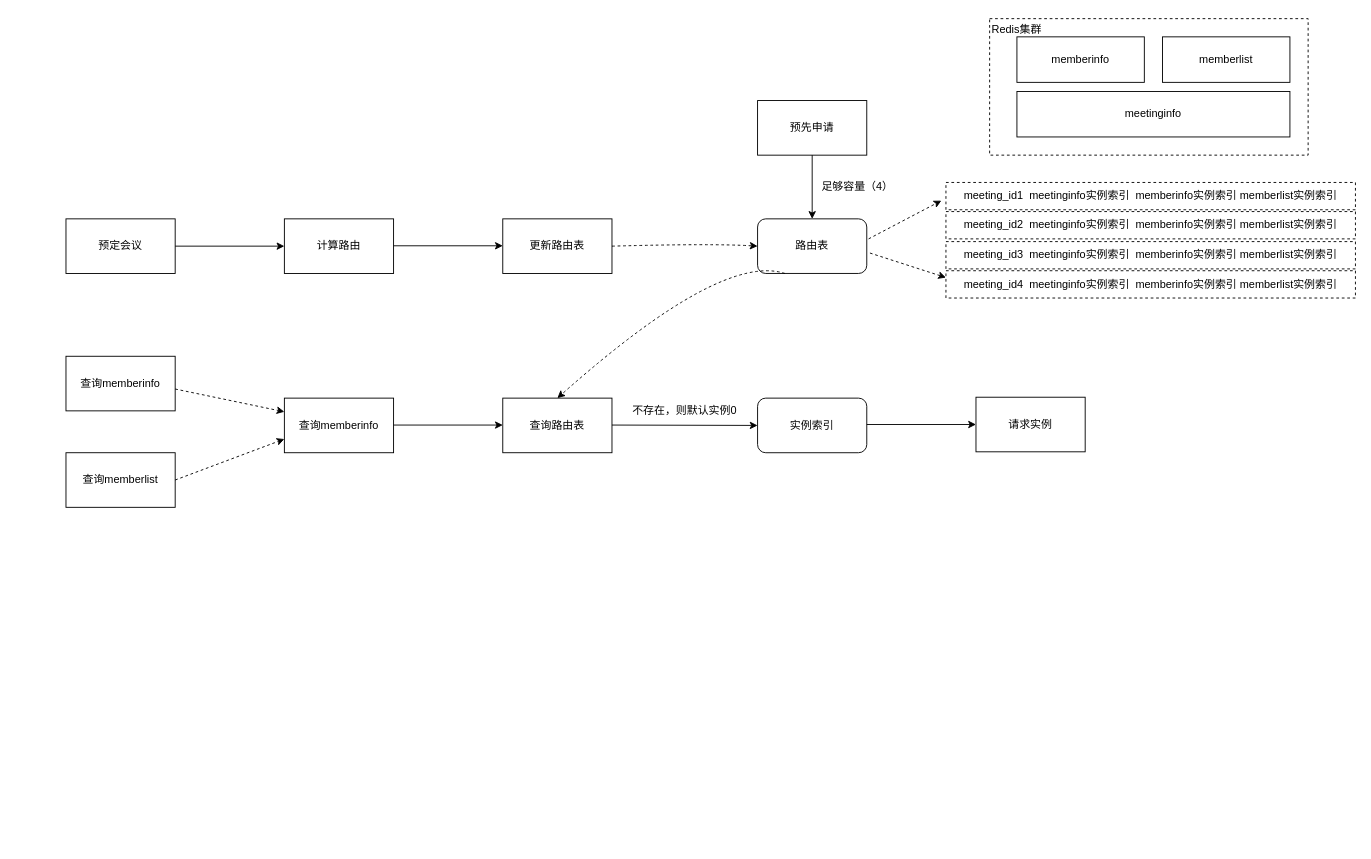
The draw.io diagram arch/实例拆分方案.drawio in melonshell/draw.io, before the edit. Source tidied: cells renumbered, new cells numbered last; positions are measured from the earlier drawing's top-left corner, leaving out a move shared by most shapes. Both pictures are drawn from the tidied source at 91%, with x=0, y=0 at pixel (66, 15).
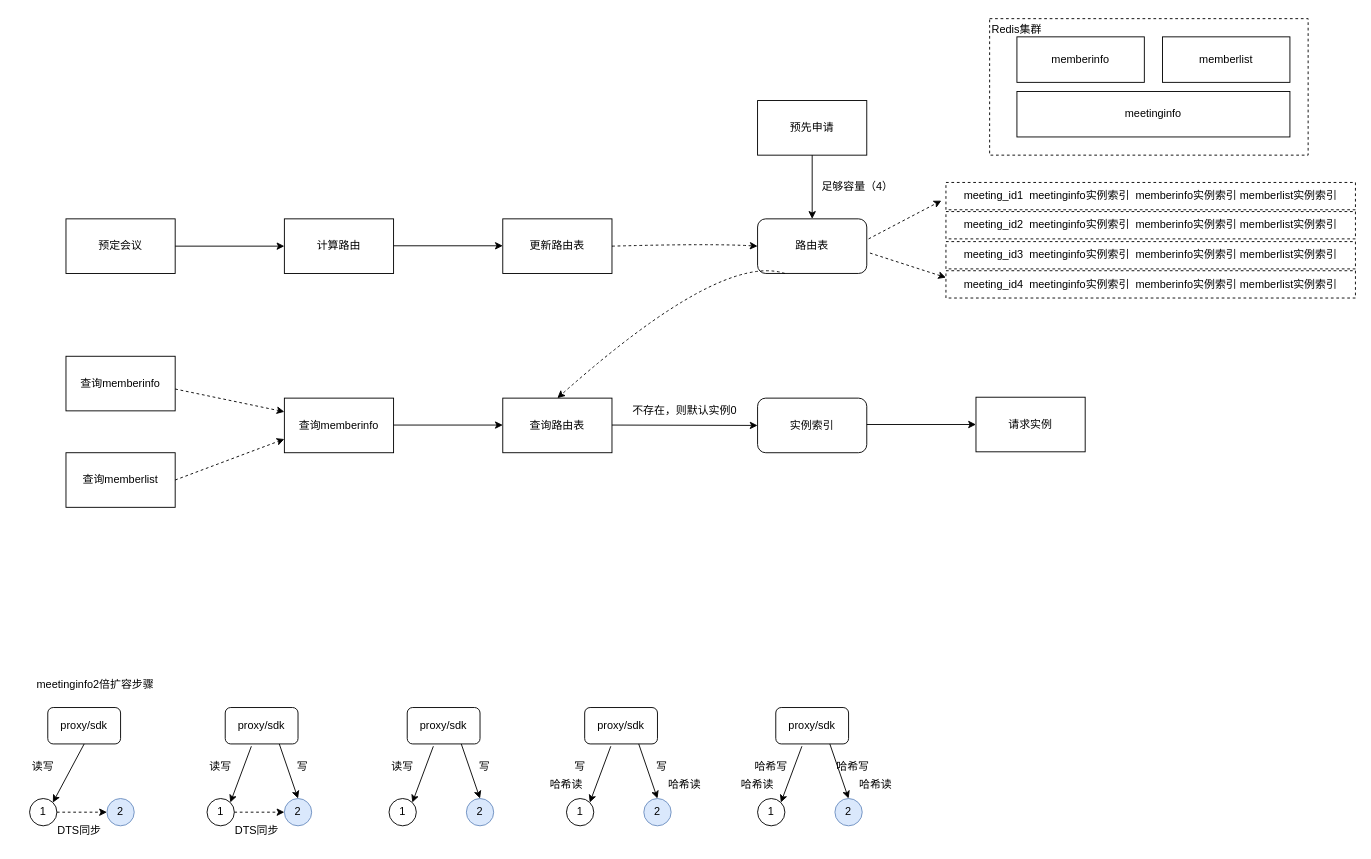
The same diagram, later.

Commit message (it also covers changes not shown here):
更新实例拆分方案.drawio

The edit, as a diff of the source:
```diff
@@
+    <mxCell id="36" value="1" style="ellipse;whiteSpace=wrap;html=1;fillColor=none;" parent="1" vertex="1">
+      <mxGeometry x="-40" y="860" width="30" height="30" as="geometry" />
+    </mxCell>
+    <mxCell id="37" value="proxy/sdk" style="rounded=1;whiteSpace=wrap;html=1;fillColor=none;" parent="1" vertex="1">
+      <mxGeometry x="-20" y="760" width="80" height="40" as="geometry" />
+    </mxCell>
+    <mxCell id="38" value="2" style="ellipse;whiteSpace=wrap;html=1;fillColor=#dae8fc;strokeColor=#6c8ebf;" parent="1" vertex="1">
+      <mxGeometry x="45" y="860" width="30" height="30" as="geometry" />
+    </mxCell>
+    <mxCell id="39" style="endArrow=classic;html=1;rounded=0;exitX=0.5;exitY=1;exitDx=0;exitDy=0;entryX=1;entryY=0;entryDx=0;entryDy=0;" parent="1" edge="1" source="37" target="36">
+      <mxGeometry relative="1" as="geometry" />
+    </mxCell>
+    <mxCell id="40" value="读写" style="rounded=0;whiteSpace=wrap;html=1;fillColor=none;strokeColor=none;" parent="1" vertex="1">
+      <mxGeometry x="-55" y="810" width="60" height="30" as="geometry" />
+    </mxCell>
+    <mxCell id="41" value="meetinginfo2倍扩容步骤" style="rounded=0;whiteSpace=wrap;html=1;fillColor=none;strokeColor=none;" parent="1" vertex="1">
+      <mxGeometry x="-45" y="720" width="155" height="30" as="geometry" />
+    </mxCell>
+    <mxCell id="42" style="endArrow=classic;html=1;rounded=0;dashed=1;entryX=0;entryY=0.5;entryDx=0;entryDy=0;exitX=1;exitY=0.5;exitDx=0;exitDy=0;" parent="1" edge="1" target="38">
+      <mxGeometry relative="1" as="geometry">
+        <mxPoint x="-10" y="875" as="sourcePoint" />
+      </mxGeometry>
+    </mxCell>
+    <mxCell id="43" value="DTS同步" style="rounded=0;whiteSpace=wrap;html=1;fillColor=none;strokeColor=none;" parent="1" vertex="1">
+      <mxGeometry x="-15" y="880" width="60" height="30" as="geometry" />
+    </mxCell>
+    <mxCell id="44" value="1" style="ellipse;whiteSpace=wrap;html=1;fillColor=none;" parent="1" vertex="1">
+      <mxGeometry x="155" y="860" width="30" height="30" as="geometry" />
+    </mxCell>
+    <mxCell id="45" value="proxy/sdk" style="rounded=1;whiteSpace=wrap;html=1;fillColor=none;" parent="1" vertex="1">
+      <mxGeometry x="175" y="760" width="80" height="40" as="geometry" />
+    </mxCell>
+    <mxCell id="46" value="2" style="ellipse;whiteSpace=wrap;html=1;fillColor=#dae8fc;strokeColor=#6c8ebf;" parent="1" vertex="1">
+      <mxGeometry x="240" y="860" width="30" height="30" as="geometry" />
+    </mxCell>
+    <mxCell id="47" style="endArrow=classic;html=1;rounded=0;exitX=0.359;exitY=1.064;exitDx=0;exitDy=0;entryX=1;entryY=0;entryDx=0;entryDy=0;exitPerimeter=0;" parent="1" edge="1" source="45" target="44">
+      <mxGeometry relative="1" as="geometry" />
+    </mxCell>
+    <mxCell id="48" value="读写" style="rounded=0;whiteSpace=wrap;html=1;fillColor=none;strokeColor=none;" parent="1" vertex="1">
+      <mxGeometry x="140" y="810" width="60" height="30" as="geometry" />
+    </mxCell>
+    <mxCell id="49" style="endArrow=classic;html=1;rounded=0;dashed=1;entryX=0;entryY=0.5;entryDx=0;entryDy=0;exitX=1;exitY=0.5;exitDx=0;exitDy=0;" parent="1" edge="1" target="46">
+      <mxGeometry relative="1" as="geometry">
+        <mxPoint x="185" y="875" as="sourcePoint" />
+      </mxGeometry>
+    </mxCell>
+    <mxCell id="50" value="DTS同步" style="rounded=0;whiteSpace=wrap;html=1;fillColor=none;strokeColor=none;" parent="1" vertex="1">
+      <mxGeometry x="180" y="880" width="60" height="30" as="geometry" />
+    </mxCell>
+    <mxCell id="51" style="endArrow=classic;html=1;rounded=0;exitX=0.5;exitY=1;exitDx=0;exitDy=0;entryX=0.5;entryY=0;entryDx=0;entryDy=0;" parent="1" edge="1" target="46">
+      <mxGeometry relative="1" as="geometry">
+        <mxPoint x="234.4" y="800" as="sourcePoint" />
+      </mxGeometry>
+    </mxCell>
+    <mxCell id="52" value="写" style="rounded=0;whiteSpace=wrap;html=1;fillColor=none;strokeColor=none;" parent="1" vertex="1">
+      <mxGeometry x="230" y="810" width="60" height="30" as="geometry" />
+    </mxCell>
+    <mxCell id="53" value="1" style="ellipse;whiteSpace=wrap;html=1;fillColor=none;" parent="1" vertex="1">
+      <mxGeometry x="355" y="860" width="30" height="30" as="geometry" />
+    </mxCell>
+    <mxCell id="54" value="proxy/sdk" style="rounded=1;whiteSpace=wrap;html=1;fillColor=none;" parent="1" vertex="1">
+      <mxGeometry x="375" y="760" width="80" height="40" as="geometry" />
+    </mxCell>
+    <mxCell id="55" value="2" style="ellipse;whiteSpace=wrap;html=1;fillColor=#dae8fc;strokeColor=#6c8ebf;" parent="1" vertex="1">
+      <mxGeometry x="440" y="860" width="30" height="30" as="geometry" />
+    </mxCell>
+    <mxCell id="56" style="endArrow=classic;html=1;rounded=0;exitX=0.359;exitY=1.064;exitDx=0;exitDy=0;entryX=1;entryY=0;entryDx=0;entryDy=0;exitPerimeter=0;" parent="1" edge="1" source="54" target="53">
+      <mxGeometry relative="1" as="geometry" />
+    </mxCell>
+    <mxCell id="57" value="读写" style="rounded=0;whiteSpace=wrap;html=1;fillColor=none;strokeColor=none;" parent="1" vertex="1">
+      <mxGeometry x="340" y="810" width="60" height="30" as="geometry" />
+    </mxCell>
+    <mxCell id="58" style="endArrow=classic;html=1;rounded=0;exitX=0.5;exitY=1;exitDx=0;exitDy=0;entryX=0.5;entryY=0;entryDx=0;entryDy=0;" parent="1" edge="1" target="55">
+      <mxGeometry relative="1" as="geometry">
+        <mxPoint x="434.4" y="800" as="sourcePoint" />
+      </mxGeometry>
+    </mxCell>
+    <mxCell id="59" value="写" style="rounded=0;whiteSpace=wrap;html=1;fillColor=none;strokeColor=none;" parent="1" vertex="1">
+      <mxGeometry x="430" y="810" width="60" height="30" as="geometry" />
+    </mxCell>
+    <mxCell id="60" value="1" style="ellipse;whiteSpace=wrap;html=1;fillColor=none;" parent="1" vertex="1">
+      <mxGeometry x="550" y="860" width="30" height="30" as="geometry" />
+    </mxCell>
+    <mxCell id="61" value="proxy/sdk" style="rounded=1;whiteSpace=wrap;html=1;fillColor=none;" parent="1" vertex="1">
+      <mxGeometry x="570" y="760" width="80" height="40" as="geometry" />
+    </mxCell>
+    <mxCell id="62" value="2" style="ellipse;whiteSpace=wrap;html=1;fillColor=#dae8fc;strokeColor=#6c8ebf;" parent="1" vertex="1">
+      <mxGeometry x="635" y="860" width="30" height="30" as="geometry" />
+    </mxCell>
+    <mxCell id="63" style="endArrow=classic;html=1;rounded=0;exitX=0.359;exitY=1.064;exitDx=0;exitDy=0;entryX=1;entryY=0;entryDx=0;entryDy=0;exitPerimeter=0;" parent="1" edge="1" source="61" target="60">
+      <mxGeometry relative="1" as="geometry" />
+    </mxCell>
+    <mxCell id="64" style="endArrow=classic;html=1;rounded=0;exitX=0.5;exitY=1;exitDx=0;exitDy=0;entryX=0.5;entryY=0;entryDx=0;entryDy=0;" parent="1" edge="1" target="62">
+      <mxGeometry relative="1" as="geometry">
+        <mxPoint x="629.4" y="800" as="sourcePoint" />
+      </mxGeometry>
+    </mxCell>
+    <mxCell id="65" value="写" style="rounded=0;whiteSpace=wrap;html=1;fillColor=none;strokeColor=none;" parent="1" vertex="1">
+      <mxGeometry x="625" y="810" width="60" height="30" as="geometry" />
+    </mxCell>
+    <mxCell id="66" value="写" style="rounded=0;whiteSpace=wrap;html=1;fillColor=none;strokeColor=none;" parent="1" vertex="1">
+      <mxGeometry x="535" y="810" width="60" height="30" as="geometry" />
+    </mxCell>
+    <mxCell id="67" value="哈希读" style="rounded=0;whiteSpace=wrap;html=1;fillColor=none;strokeColor=none;" parent="1" vertex="1">
+      <mxGeometry x="520" y="830" width="60" height="30" as="geometry" />
+    </mxCell>
+    <mxCell id="68" value="哈希读" style="rounded=0;whiteSpace=wrap;html=1;fillColor=none;strokeColor=none;" parent="1" vertex="1">
+      <mxGeometry x="650" y="830" width="60" height="30" as="geometry" />
+    </mxCell>
+    <mxCell id="69" value="1" style="ellipse;whiteSpace=wrap;html=1;fillColor=none;" parent="1" vertex="1">
+      <mxGeometry x="760" y="860" width="30" height="30" as="geometry" />
+    </mxCell>
+    <mxCell id="70" value="proxy/sdk" style="rounded=1;whiteSpace=wrap;html=1;fillColor=none;" parent="1" vertex="1">
+      <mxGeometry x="780" y="760" width="80" height="40" as="geometry" />
+    </mxCell>
+    <mxCell id="71" value="2" style="ellipse;whiteSpace=wrap;html=1;fillColor=#dae8fc;strokeColor=#6c8ebf;" parent="1" vertex="1">
+      <mxGeometry x="845" y="860" width="30" height="30" as="geometry" />
+    </mxCell>
+    <mxCell id="72" style="endArrow=classic;html=1;rounded=0;exitX=0.359;exitY=1.064;exitDx=0;exitDy=0;entryX=1;entryY=0;entryDx=0;entryDy=0;exitPerimeter=0;" parent="1" edge="1" source="70" target="69">
+      <mxGeometry relative="1" as="geometry" />
+    </mxCell>
+    <mxCell id="73" style="endArrow=classic;html=1;rounded=0;exitX=0.5;exitY=1;exitDx=0;exitDy=0;entryX=0.5;entryY=0;entryDx=0;entryDy=0;" parent="1" edge="1" target="71">
+      <mxGeometry relative="1" as="geometry">
+        <mxPoint x="839.4" y="800" as="sourcePoint" />
+      </mxGeometry>
+    </mxCell>
+    <mxCell id="74" value="哈希写" style="rounded=0;whiteSpace=wrap;html=1;fillColor=none;strokeColor=none;" parent="1" vertex="1">
+      <mxGeometry x="835" y="810" width="60" height="30" as="geometry" />
+    </mxCell>
+    <mxCell id="75" value="哈希写" style="rounded=0;whiteSpace=wrap;html=1;fillColor=none;strokeColor=none;" parent="1" vertex="1">
+      <mxGeometry x="745" y="810" width="60" height="30" as="geometry" />
+    </mxCell>
+    <mxCell id="76" value="哈希读" style="rounded=0;whiteSpace=wrap;html=1;fillColor=none;strokeColor=none;" parent="1" vertex="1">
+      <mxGeometry x="860" y="830" width="60" height="30" as="geometry" />
+    </mxCell>
+    <mxCell id="77" value="哈希读" style="rounded=0;whiteSpace=wrap;html=1;fillColor=none;strokeColor=none;" parent="1" vertex="1">
+      <mxGeometry x="730" y="830" width="60" height="30" as="geometry" />
+    </mxCell>
```
